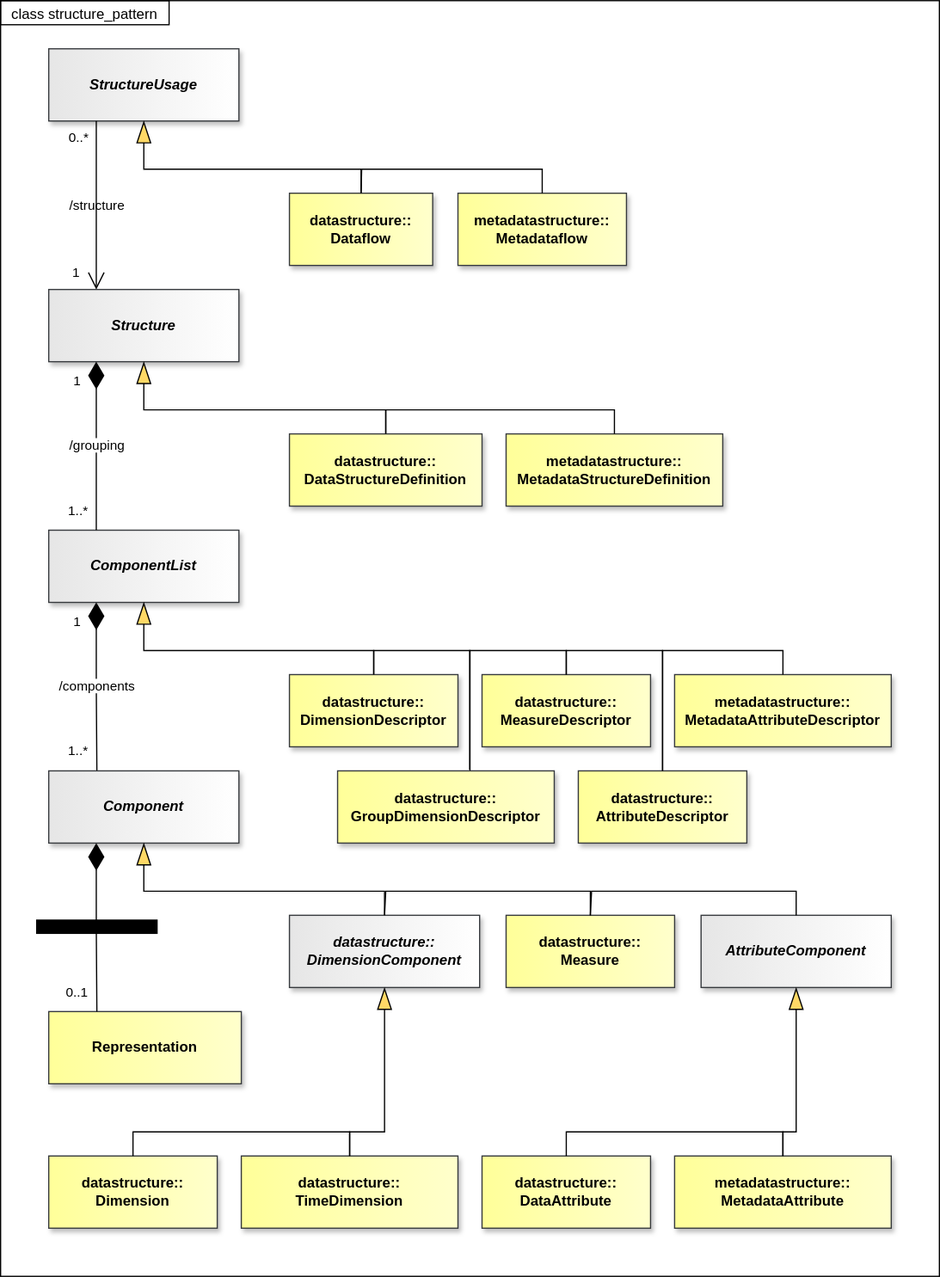
Earlier version of the draw.io export docs/information_model/media/sdmx_base-structure_pattern.svg (dosse/sdmx-im). Source tidied: cells renumbered, new cells last; positions are measured from the earlier drawing's top-left corner, leaving out a move shared by most shapes.
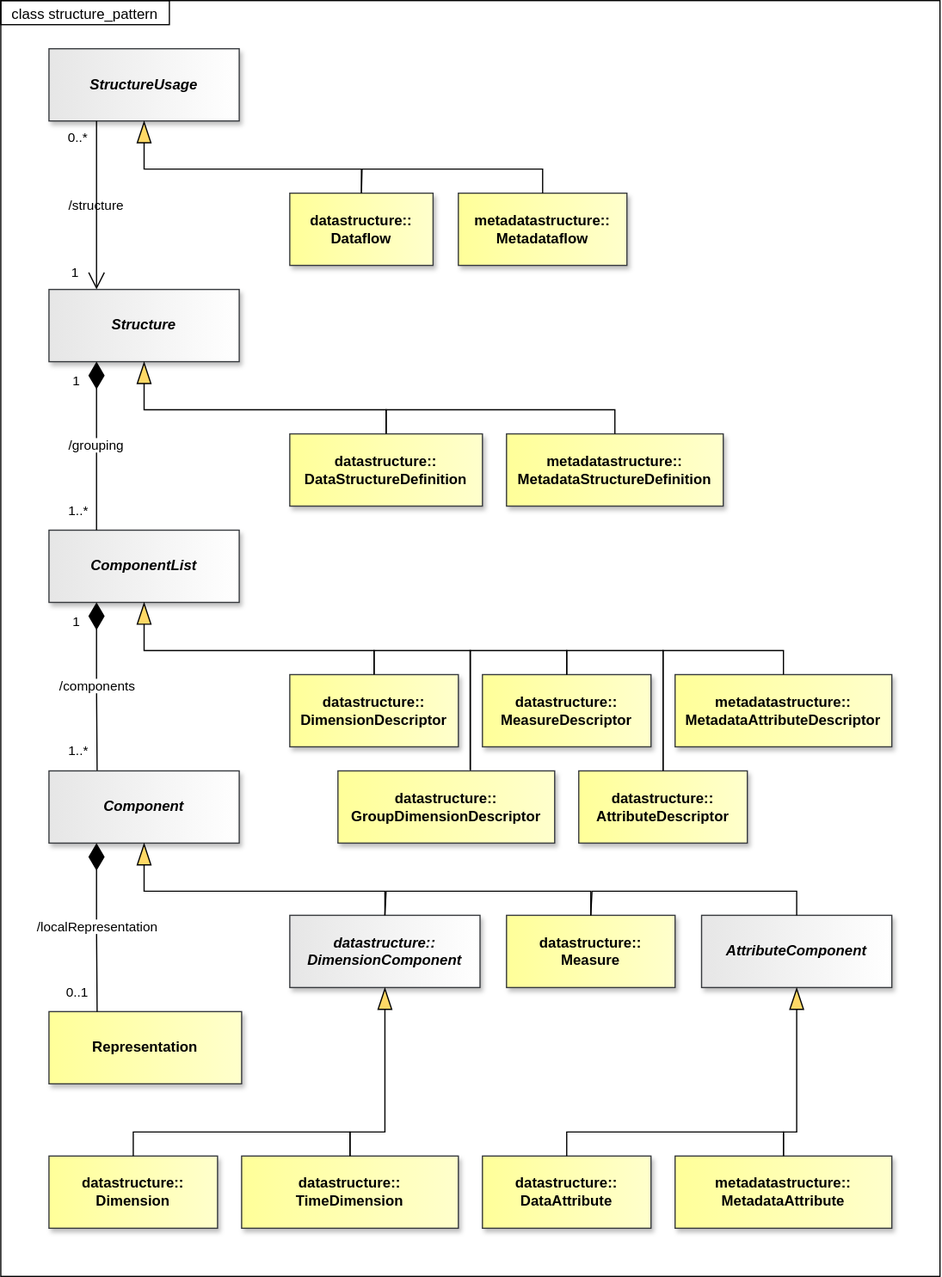
The same diagram one commit later.

Commit message:
https://github.com/sdmx-twg/sdmx-im/issues/1

The edit, as a diff of the source:
```diff
@@ -254,7 +254,7 @@
     <mxCell id="67" value="Representation" style="whiteSpace=wrap;html=1;verticalAlign=middle;gradientDirection=east;imageVerticalAlign=top;fontStyle=1;fillColor=light-dark(#FFFF99,#FFFF99);strokeColor=#36393d;fontColor=light-dark(#000000,#000000);gradientColor=light-dark(#FFFFCC,#FFFFCC);shadow=1;" parent="1" vertex="1">
       <mxGeometry x="40" y="840" width="160" height="60" as="geometry" />
     </mxCell>
-    <mxCell id="68" value="&lt;span style=&quot;background-color: light-dark(rgb(0, 0, 0), rgb(0, 0, 0));&quot;&gt;/localRepresentation&lt;/span&gt;" style="endArrow=none;html=1;endSize=12;startArrow=diamondThin;startSize=20;startFill=1;edgeStyle=orthogonalEdgeStyle;rounded=0;endFill=0;strokeColor=light-dark(#000000,#FFFFFF);fontColor=light-dark(#000000,#FFFFFF);labelBackgroundColor=none;entryX=0.25;entryY=0;entryDx=0;entryDy=0;exitX=0.25;exitY=1;exitDx=0;exitDy=0;" parent="1" edge="1" source="58" target="67">
+    <mxCell id="68" value="&lt;span style=&quot;background-color: light-dark(rgb(255, 255, 255), rgb(0, 0, 0));&quot;&gt;&lt;font style=&quot;color: light-dark(rgb(0, 0, 0), rgb(255, 255, 255));&quot;&gt;/localRepresentation&lt;/font&gt;&lt;/span&gt;" style="endArrow=none;html=1;endSize=12;startArrow=diamondThin;startSize=20;startFill=1;edgeStyle=orthogonalEdgeStyle;rounded=0;endFill=0;strokeColor=light-dark(#000000,#FFFFFF);fontColor=light-dark(#000000,#FFFFFF);labelBackgroundColor=none;entryX=0.25;entryY=0;entryDx=0;entryDy=0;exitX=0.25;exitY=1;exitDx=0;exitDy=0;" parent="1" edge="1" source="58" target="67">
       <mxGeometry relative="1" as="geometry" />
     </mxCell>
     <mxCell id="69" value="0..1" style="edgeLabel;html=1;align=right;verticalAlign=top;labelBackgroundColor=none;fontColor=light-dark(#000000,#FFFFFF);" parent="68" vertex="1">
```
